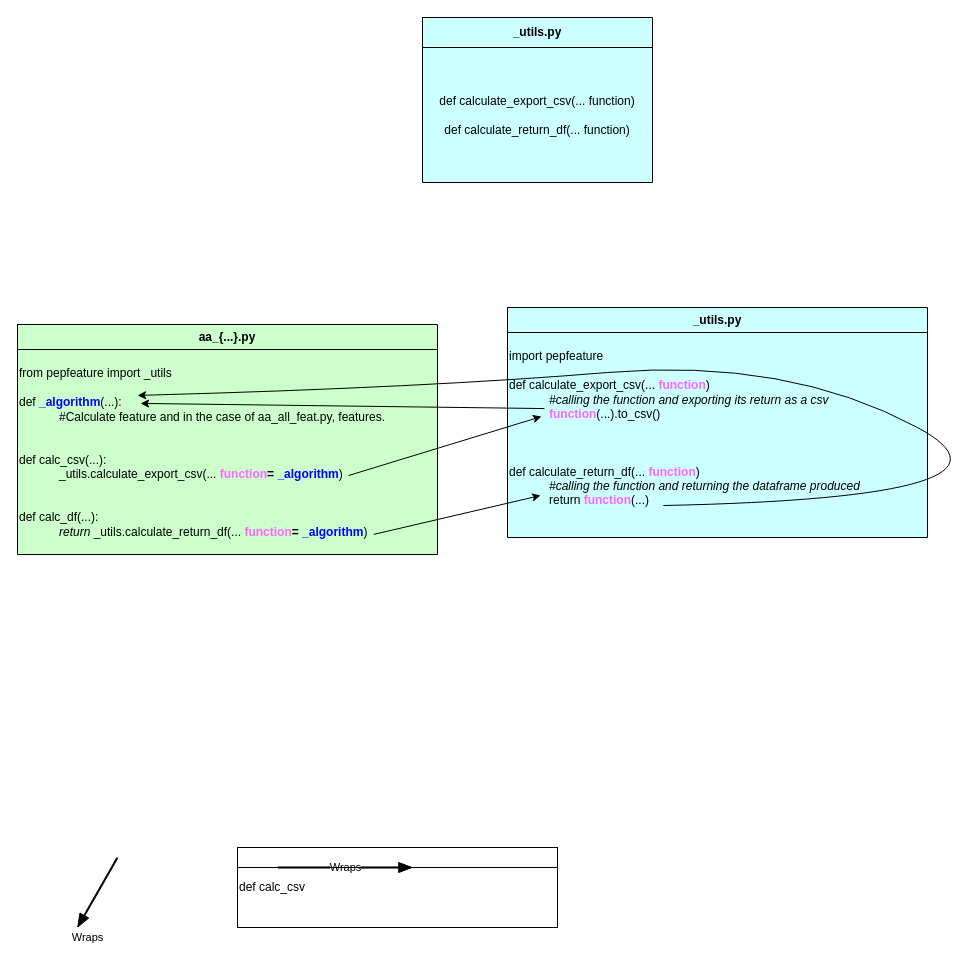
efr-essakhan/pepfeature keeps this draw.io diagram as page "wrapper" (2 of 2) of FYP files/Diagrams/module diagram.drawio. Above is the earlier version. Source tidied: cells renumbered, new cells numbered last; positions are measured from the earlier drawing's top-left corner, leaving out a move shared by most shapes. Both pictures are drawn from the tidied source at 100%, with x=0, y=0 at pixel (17, 17).
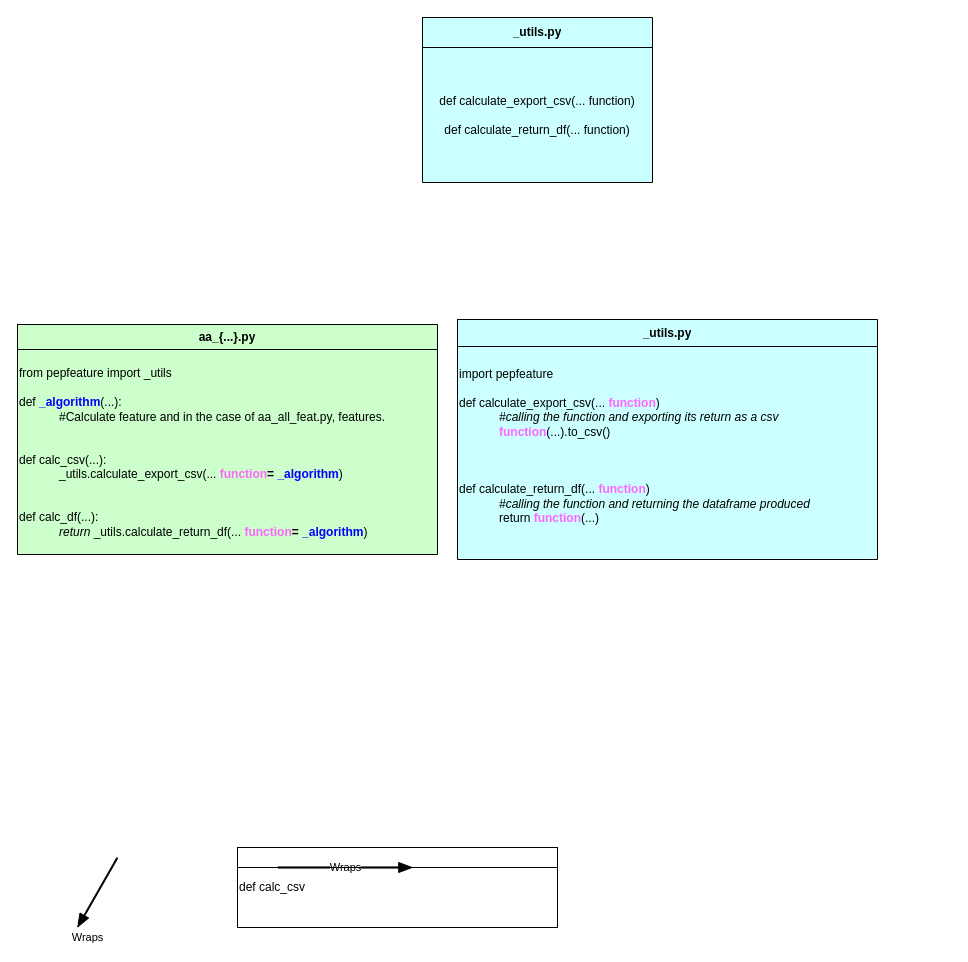
The same diagram, later.

The change refers to these unchanged cells:
```xml
<mxCell id="13" style="shape=partialRectangle;html=1;whiteSpace=wrap;fillColor=none;top=0;left=0;bottom=0;right=0;points=[[0,0.5],[1,0.5]];portConstraint=eastwest;" parent="10" vertex="1">
  <mxGeometry y="25" width="420" height="205" as="geometry" />
</mxCell>
```

The edit, as a diff of the source:
```diff
@@
     <mxCell id="15" style="shape=table;html=1;whiteSpace=wrap;startSize=0;childLayout=tableLayout;fillColor=#CCFFFF;" parent="1" vertex="1">
-      <mxGeometry x="490" y="290" width="420" height="230" as="geometry" />
+      <mxGeometry x="440" y="302" width="420" height="240" as="geometry" />
     </mxCell>
     <mxCell id="16" style="shape=partialRectangle;html=1;whiteSpace=wrap;fillColor=none;top=0;left=0;bottom=0;right=0;" parent="15" vertex="1">
-      <mxGeometry width="420" height="25" as="geometry" />
+      <mxGeometry width="420" height="27" as="geometry" />
     </mxCell>
     <mxCell id="17" value="&lt;b&gt;_utils.py&lt;/b&gt;" style="shape=partialRectangle;html=1;whiteSpace=wrap;overflow=hidden;fillColor=none;top=0;left=0;bottom=0;right=0;" parent="16" vertex="1">
-      <mxGeometry width="420" height="25" as="geometry" />
+      <mxGeometry width="420" height="27" as="geometry" />
     </mxCell>
     <mxCell id="18" style="shape=partialRectangle;html=1;whiteSpace=wrap;fillColor=none;top=0;left=0;bottom=0;right=0;points=[[0,0.5],[1,0.5]];portConstraint=eastwest;" parent="15" vertex="1">
-      <mxGeometry y="25" width="420" height="205" as="geometry" />
+      <mxGeometry y="27" width="420" height="213" as="geometry" />
     </mxCell>
     <mxCell id="19" value="&lt;br&gt;import pepfeature&lt;br&gt;&lt;br&gt;&lt;span style=&quot;text-align: center&quot;&gt;def calculate_export_csv(...&amp;nbsp;&lt;/span&gt;&lt;b style=&quot;color: rgb(255 , 102 , 255)&quot;&gt;function&lt;/b&gt;&lt;span style=&quot;text-align: center&quot;&gt;)&lt;br&gt;&lt;/span&gt;&lt;blockquote style=&quot;margin: 0 0 0 40px ; border: none ; padding: 0px&quot;&gt;&lt;i&gt;#calling the function and exporting its return as a csv&lt;/i&gt;&lt;br&gt;&lt;/blockquote&gt;&lt;blockquote style=&quot;margin: 0 0 0 40px ; border: none ; padding: 0px&quot;&gt;&lt;b style=&quot;color: rgb(255 , 102 , 255)&quot;&gt;function&lt;/b&gt;&lt;span&gt;(...).to_csv()&amp;nbsp;&lt;/span&gt;&lt;/blockquote&gt;&lt;blockquote style=&quot;margin: 0 0 0 40px ; border: none ; padding: 0px&quot;&gt;&lt;br&gt;&lt;/blockquote&gt;&lt;br&gt;&lt;br&gt;&lt;span style=&quot;text-align: center&quot;&gt;def calculate_return_df(...&amp;nbsp;&lt;/span&gt;&lt;b style=&quot;color: rgb(255 , 102 , 255)&quot;&gt;function&lt;/b&gt;&lt;span style=&quot;text-align: center&quot;&gt;)&lt;br&gt;&lt;/span&gt;&lt;blockquote style=&quot;margin: 0 0 0 40px ; border: none ; padding: 0px&quot;&gt;&lt;i&gt;#calling the function and returning the dataframe produced&lt;/i&gt;&lt;br&gt;&lt;/blockquote&gt;&lt;blockquote style=&quot;margin: 0 0 0 40px ; border: none ; padding: 0px&quot;&gt;return &lt;font color=&quot;#ff66ff&quot;&gt;&lt;b&gt;function&lt;/b&gt;&lt;/font&gt;(...)&lt;br&gt;&lt;/blockquote&gt;&lt;br&gt;&lt;blockquote style=&quot;margin: 0 0 0 40px ; border: none ; padding: 0px&quot;&gt;&lt;br&gt;&lt;/blockquote&gt;" style="shape=partialRectangle;html=1;whiteSpace=wrap;overflow=hidden;fillColor=none;top=0;left=0;bottom=0;right=0;align=left;" parent="18" vertex="1">
-      <mxGeometry width="420" height="205" as="geometry" />
+      <mxGeometry width="420" height="213" as="geometry" />
     </mxCell>
-    <mxCell id="20" style="endArrow=classic;html=1;fillColor=#000000;exitX=0.788;exitY=0.615;exitDx=0;exitDy=0;exitPerimeter=0;entryX=0.081;entryY=0.41;entryDx=0;entryDy=0;entryPerimeter=0;" parent="1" edge="1" source="13" target="18">
-      <mxGeometry relative="1" as="geometry" />
-    </mxCell>
-    <mxCell id="21" style="endArrow=classic;html=1;fillColor=#000000;exitX=0.848;exitY=0.902;exitDx=0;exitDy=0;exitPerimeter=0;entryX=0.081;entryY=0.41;entryDx=0;entryDy=0;entryPerimeter=0;" parent="1" edge="1" source="13">
-      <mxGeometry relative="1" as="geometry">
-        <mxPoint x="523.1" y="478" as="targetPoint" />
-      </mxGeometry>
-    </mxCell>
-    <mxCell id="22" style="endArrow=classic;html=1;fillColor=#000000;exitX=0.088;exitY=0.371;exitDx=0;exitDy=0;exitPerimeter=0;entryX=0.293;entryY=0.263;entryDx=0;entryDy=0;entryPerimeter=0;" parent="1" edge="1" source="18" target="13">
-      <mxGeometry relative="1" as="geometry" />
-    </mxCell>
-    <mxCell id="23" style="curved=1;endArrow=classic;html=1;fillColor=#000000;exitX=0.371;exitY=0.844;exitDx=0;exitDy=0;exitPerimeter=0;entryX=0.286;entryY=0.224;entryDx=0;entryDy=0;entryPerimeter=0;" parent="1" edge="1" source="18" target="13">
-      <mxGeometry relative="1" as="geometry">
-        <Array as="points">
-          <mxPoint x="1030" y="480" />
-          <mxPoint x="770" y="340" />
-          <mxPoint x="410" y="370" />
-        </Array>
-      </mxGeometry>
-    </mxCell>
```
